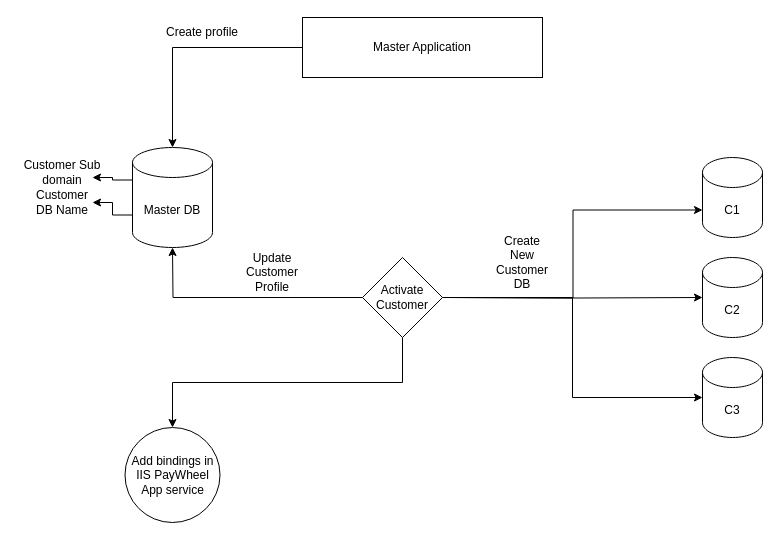
Before: page "Master App" (2 of 2) of PowerHCM.drawio in triconlabs/Documentation, a draw.io diagram. Source tidied: cells renumbered, new cells numbered last; positions are measured from the earlier drawing's top-left corner, leaving out a move shared by most shapes. Both pictures are drawn from the tidied source at 100%, with x=0, y=0 at pixel (17, 17).
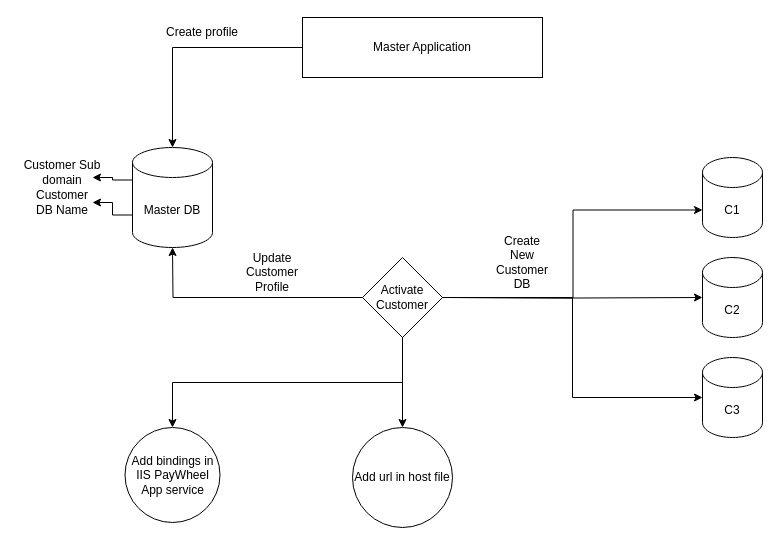
Above is the later version.

Unchanged cells that the change refers to:
```xml
<mxCell id="17" value="Activate Customer" style="rhombus;whiteSpace=wrap;html=1;" parent="1" vertex="1">
  <mxGeometry x="345" y="240" width="80" height="80" as="geometry" />
</mxCell>
```

Diff of the diagram source:
```diff
@@
+    <mxCell id="22" style="edgeStyle=orthogonalEdgeStyle;rounded=0;jettySize=auto;html=1;exitX=0.5;exitY=1;exitDx=0;exitDy=0;entryX=0.5;entryY=0;entryDx=0;entryDy=0;" parent="1" edge="1" source="17" target="23">
+      <mxGeometry relative="1" as="geometry" />
+    </mxCell>
@@
+    <mxCell id="23" value="Add url in host file" style="ellipse;whiteSpace=wrap;html=1;" parent="1" vertex="1">
+      <mxGeometry x="335" y="410" width="100" height="100" as="geometry" />
+    </mxCell>
```
